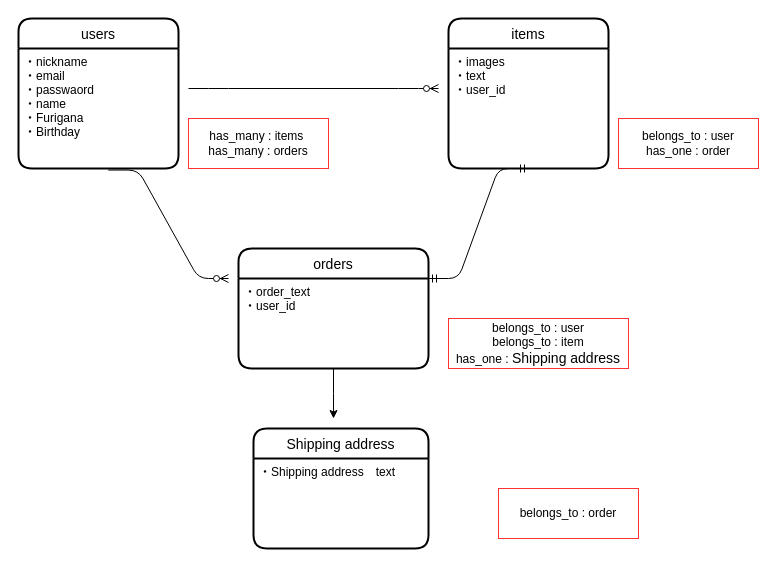
The draw.io diagram app/views/DB.dio in aya10969/furima-35780, before the edit. Source tidied: cells renumbered, new cells numbered last; positions are measured from the earlier drawing's top-left corner, leaving out a move shared by most shapes. Both pictures are drawn from the tidied source at 100%, with x=0, y=0 at pixel (18, 18).
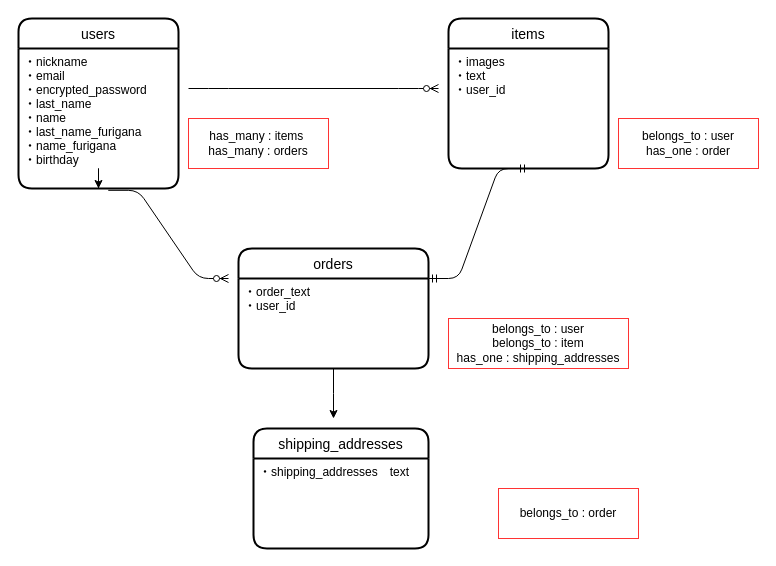
After the change.

Diff of the diagram source:
```diff
@@
     <mxCell id="5" value="users" style="swimlane;horizontal=1;startSize=30;rounded=1;fontSize=14;fontStyle=0;strokeWidth=2;shadow=0;dashed=0;align=center;" parent="1" vertex="1">
-      <mxGeometry width="160" height="150" as="geometry" />
+      <mxGeometry width="160" height="170" as="geometry" />
     </mxCell>
-    <mxCell id="6" value="・nickname&#10;・email&#10;・passwaord&#10;・name&#10;・Furigana&#10;・Birthday&#10;&#10;&#10;" style="align=left;strokeColor=none;fillColor=none;spacingLeft=4;fontSize=12;verticalAlign=top;" parent="5" vertex="1">
-      <mxGeometry y="30" width="160" height="120" as="geometry" />
+    <mxCell id="6" value="・nickname&#10;・email&#10;・encrypted_password&#10;・last_name&#10;・name&#10;・last_name_furigana&#10;・name_furigana &#10;・birthday&#10;&#10;&#10;" style="align=left;strokeColor=none;fillColor=none;spacingLeft=4;fontSize=12;verticalAlign=top;" parent="5" vertex="1">
+      <mxGeometry y="30" width="160" height="140" as="geometry" />
     </mxCell>
@@
-    <mxCell id="15" value="belongs_to : user&lt;br&gt;belongs_to : item&lt;br&gt;has_one :&amp;nbsp;&lt;span style=&quot;font-size: 14px&quot;&gt;Shipping address&lt;/span&gt;" style="whiteSpace=wrap;html=1;align=center;labelBorderColor=none;strokeColor=#FF3333;" parent="1" vertex="1">
+    <mxCell id="15" value="belongs_to : user&lt;br&gt;belongs_to : item&lt;br&gt;has_one : &lt;font style=&quot;font-size: 12px&quot;&gt;shipping_addresses&lt;/font&gt;" style="whiteSpace=wrap;html=1;align=center;labelBorderColor=none;strokeColor=#FF3333;" parent="1" vertex="1">
       <mxGeometry x="430" y="300" width="180" height="50" as="geometry" />
     </mxCell>
-    <mxCell id="16" value="Shipping address" style="swimlane;horizontal=1;startSize=30;rounded=1;fontSize=14;fontStyle=0;strokeWidth=2;shadow=0;dashed=0;align=center;" parent="1" vertex="1">
+    <mxCell id="16" value="shipping_addresses" style="swimlane;horizontal=1;startSize=30;rounded=1;fontSize=14;fontStyle=0;strokeWidth=2;shadow=0;dashed=0;align=center;" parent="1" vertex="1">
       <mxGeometry x="235" y="410" width="175" height="120" as="geometry" />
     </mxCell>
-    <mxCell id="17" value="・Shipping address　text" style="align=left;strokeColor=none;fillColor=none;spacingLeft=4;fontSize=12;verticalAlign=top;" parent="16" vertex="1">
+    <mxCell id="17" value="・shipping_addresses　text" style="align=left;strokeColor=none;fillColor=none;spacingLeft=4;fontSize=12;verticalAlign=top;" parent="16" vertex="1">
       <mxGeometry y="30" width="175" height="90" as="geometry" />
     </mxCell>
```
